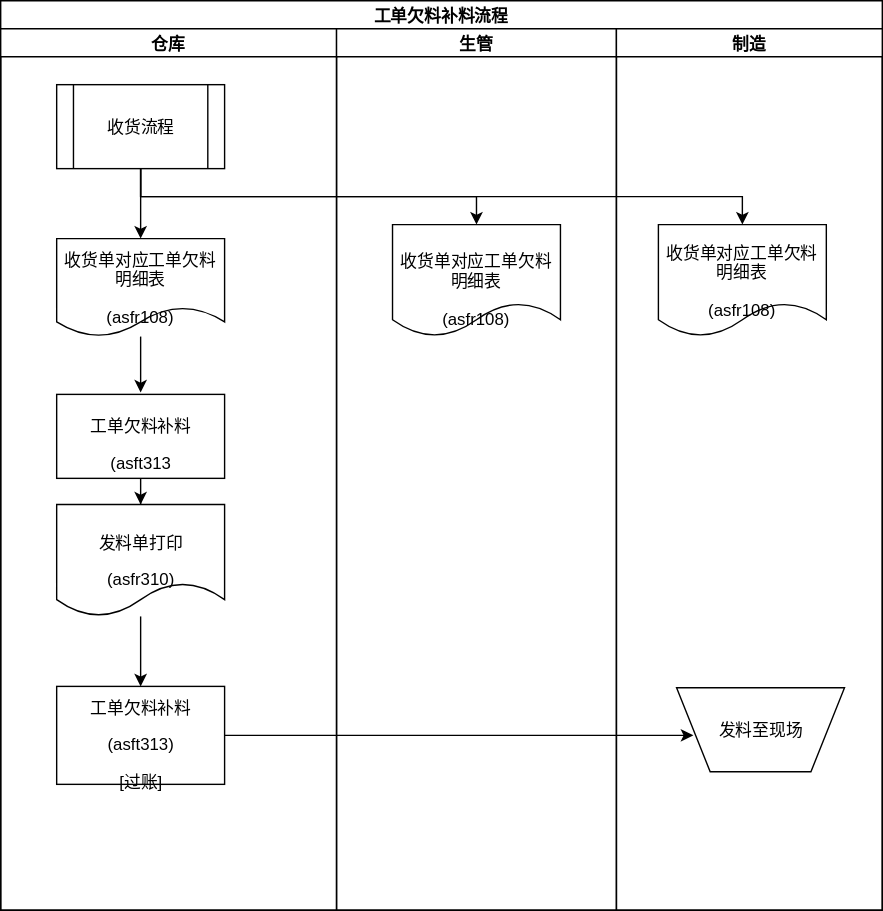
This is ver01/ASF008.svg from ft2017/sop, a draw.io export, as it was before one commit. Source tidied: cells renumbered, new cells last; positions are measured from the earlier drawing's top-left corner, leaving out a move shared by most shapes.
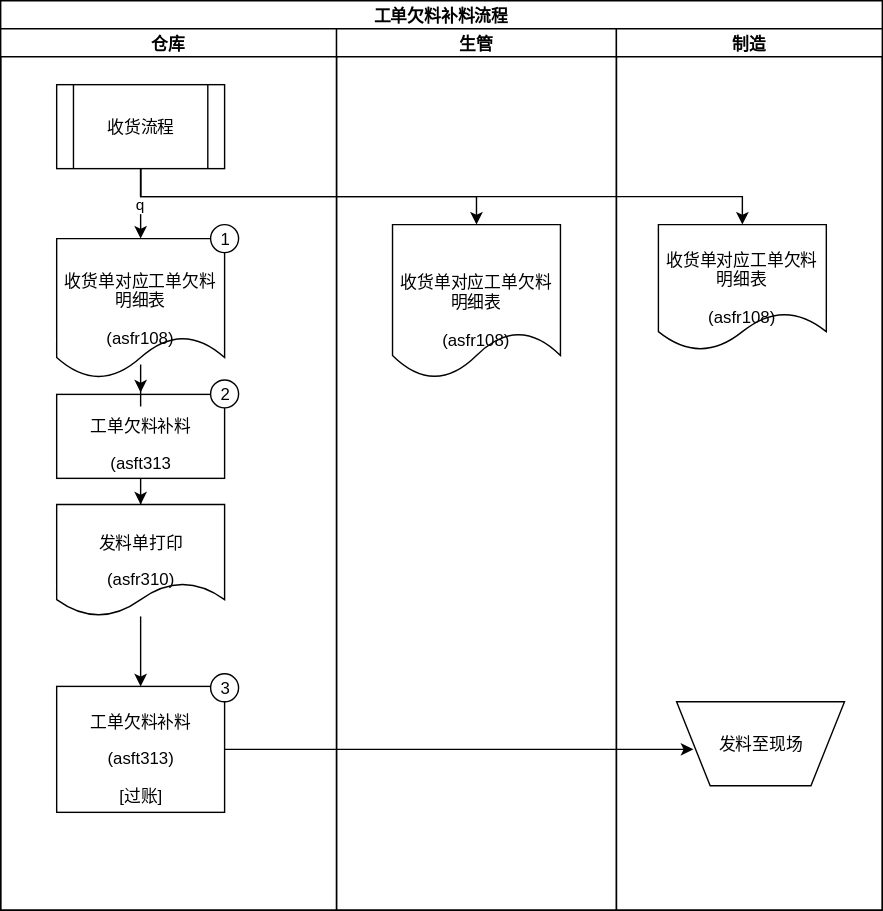
After the commit.

What changed in the source:
```diff
@@ -8,14 +8,14 @@
     <mxCell id="3" value="&lt;b&gt;&lt;span&gt;仓库&lt;/span&gt;&lt;/b&gt;" style="swimlane;html=1;startSize=20;" parent="2" vertex="1">
       <mxGeometry y="20" width="240" height="630" as="geometry" />
     </mxCell>
-    <mxCell id="4" style="edgeStyle=orthogonalEdgeStyle;rounded=0;html=1;jettySize=auto;entryX=0.5;entryY=0;" parent="3" edge="1" source="5" target="6">
+    <mxCell id="4" value="q" style="edgeStyle=orthogonalEdgeStyle;rounded=0;html=1;jettySize=auto;entryX=0.5;entryY=0;" parent="3" edge="1" source="5" target="6">
       <mxGeometry relative="1" as="geometry" />
     </mxCell>
     <mxCell id="5" value="&lt;span&gt;收货流程&lt;/span&gt;" style="shape=process;whiteSpace=wrap;html=1;" parent="3" vertex="1">
       <mxGeometry x="40" y="40" width="120" height="60" as="geometry" />
     </mxCell>
     <mxCell id="6" value="&lt;p align=&quot;center&quot;&gt;&lt;span&gt;收货单对应工单欠料明细表&lt;/span&gt;&lt;/p&gt;&lt;p align=&quot;center&quot;&gt;&lt;span lang=&quot;EN-US&quot;&gt;(asfr108)&lt;/span&gt;&lt;/p&gt;" style="shape=document;whiteSpace=wrap;html=1;" parent="3" vertex="1">
-      <mxGeometry x="40" y="150" width="120" height="70" as="geometry" />
+      <mxGeometry x="40" y="150" width="120" height="100" as="geometry" />
     </mxCell>
     <mxCell id="7" style="edgeStyle=orthogonalEdgeStyle;rounded=0;html=1;jettySize=auto;" parent="3" edge="1" source="8" target="10">
       <mxGeometry relative="1" as="geometry" />
@@ -30,22 +30,31 @@
       <mxGeometry x="40" y="340" width="120" height="80" as="geometry" />
     </mxCell>
     <mxCell id="11" value="&lt;p align=&quot;center&quot;&gt;&lt;span&gt;工单欠料补料&lt;/span&gt;&lt;/p&gt;&lt;p align=&quot;center&quot;&gt;&lt;span lang=&quot;EN-US&quot;&gt;(asft313)&lt;/span&gt;&lt;/p&gt;&lt;span lang=&quot;EN-US&quot;&gt;[&lt;/span&gt;&lt;span&gt;过账&lt;span lang=&quot;EN-US&quot;&gt;]&lt;/span&gt;&lt;/span&gt;" style="whiteSpace=wrap;html=1;" parent="3" vertex="1">
-      <mxGeometry x="40" y="470" width="120" height="70" as="geometry" />
+      <mxGeometry x="40" y="470" width="120" height="90" as="geometry" />
     </mxCell>
+    <mxCell id="21" value="1" style="ellipse;whiteSpace=wrap;html=1;" parent="3" vertex="1">
+      <mxGeometry x="150" y="140" width="20" height="20" as="geometry" />
+    </mxCell>
+    <mxCell id="22" value="2" style="ellipse;whiteSpace=wrap;html=1;" parent="3" vertex="1">
+      <mxGeometry x="150" y="251" width="20" height="20" as="geometry" />
+    </mxCell>
+    <mxCell id="23" value="3" style="ellipse;whiteSpace=wrap;html=1;" parent="3" vertex="1">
+      <mxGeometry x="150" y="461" width="20" height="20" as="geometry" />
+    </mxCell>
     <mxCell id="12" value="&lt;b&gt;&lt;span&gt;生管&lt;/span&gt;&lt;/b&gt;" style="swimlane;html=1;startSize=20;" parent="2" vertex="1">
       <mxGeometry x="240" y="20" width="200" height="630" as="geometry" />
     </mxCell>
     <mxCell id="13" value="&lt;p align=&quot;center&quot;&gt;&lt;span&gt;收货单对应工单欠料明细表&lt;/span&gt;&lt;/p&gt;&lt;span lang=&quot;EN-US&quot;&gt;(asfr108)&lt;/span&gt;" style="shape=document;whiteSpace=wrap;html=1;" parent="12" vertex="1">
-      <mxGeometry x="40" y="140" width="120" height="80" as="geometry" />
+      <mxGeometry x="40" y="140" width="120" height="110" as="geometry" />
     </mxCell>
     <mxCell id="14" value="&lt;b&gt;&lt;span&gt;制造&lt;/span&gt;&lt;/b&gt;" style="swimlane;html=1;startSize=20;" parent="2" vertex="1">
       <mxGeometry x="440" y="20" width="190" height="630" as="geometry" />
     </mxCell>
     <mxCell id="15" value="&lt;p align=&quot;center&quot;&gt;&lt;span&gt;收货单对应工单欠料明细表&lt;/span&gt;&lt;/p&gt;&lt;p align=&quot;center&quot;&gt;&lt;span lang=&quot;EN-US&quot;&gt;(asfr108)&lt;/span&gt;&lt;/p&gt;" style="shape=document;whiteSpace=wrap;html=1;" parent="14" vertex="1">
-      <mxGeometry x="30" y="140" width="120" height="80" as="geometry" />
+      <mxGeometry x="30" y="140" width="120" height="90" as="geometry" />
     </mxCell>
     <mxCell id="16" value="&lt;p align=&quot;center&quot;&gt;&lt;a name=&quot;_GoBack&quot;&gt;&lt;span&gt;发料至现场&lt;/span&gt;&lt;/a&gt;&lt;/p&gt;" style="shape=trapezoid;whiteSpace=wrap;html=1;flipV=1;" parent="14" vertex="1">
-      <mxGeometry x="43" y="471" width="120" height="60" as="geometry" />
+      <mxGeometry x="43" y="481" width="120" height="60" as="geometry" />
     </mxCell>
     <mxCell id="17" style="edgeStyle=orthogonalEdgeStyle;rounded=0;html=1;exitX=0.5;exitY=1;entryX=0.5;entryY=0;jettySize=auto;" parent="2" edge="1" source="5" target="13">
       <mxGeometry relative="1" as="geometry" />
```
